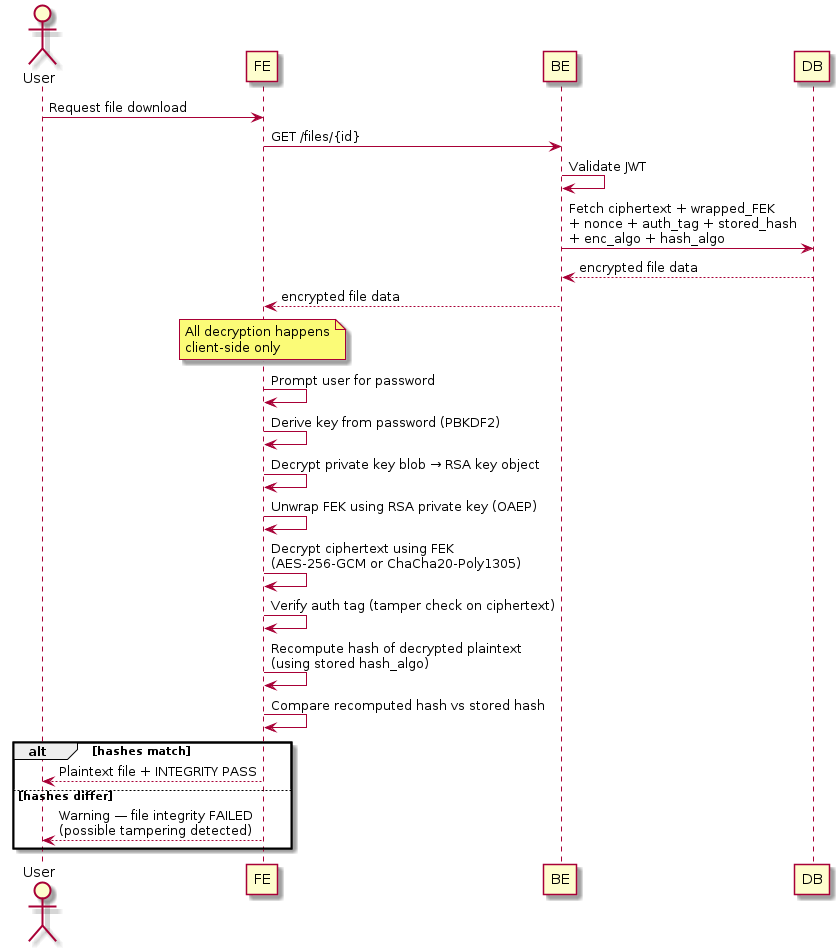
Before: docs/img/us-6-download.png, a diagram exported from PlantUML (codedsami/SOEN-321-Project). Its source is kept beside it as docs/plantuml/us-6-download.puml. Source of this version:
```plantuml
@startuml
actor User
participant FE
participant BE
participant DB

User -> FE : Request file download

FE -> BE : GET /files/{id}
BE -> BE : Validate JWT
BE -> DB : Fetch ciphertext + wrapped_FEK\n+ nonce + auth_tag + stored_hash\n+ enc_algo + hash_algo
DB --> BE : encrypted file data
BE --> FE : encrypted file data

note over FE : All decryption happens\nclient-side only

FE -> FE : Prompt user for password
FE -> FE : Derive key from password (PBKDF2)
FE -> FE : Decrypt private key blob → RSA key object
FE -> FE : Unwrap FEK using RSA private key (OAEP)
FE -> FE : Decrypt ciphertext using FEK\n(AES-256-GCM or ChaCha20-Poly1305)
FE -> FE : Verify auth tag (tamper check on ciphertext)

FE -> FE : Recompute hash of decrypted plaintext\n(using stored hash_algo)
FE -> FE : Compare recomputed hash vs stored hash

alt hashes match
    FE --> User : Plaintext file + INTEGRITY PASS
else hashes differ
    FE --> User : Warning — file integrity FAILED\n(possible tampering detected)
end
@enduml
```
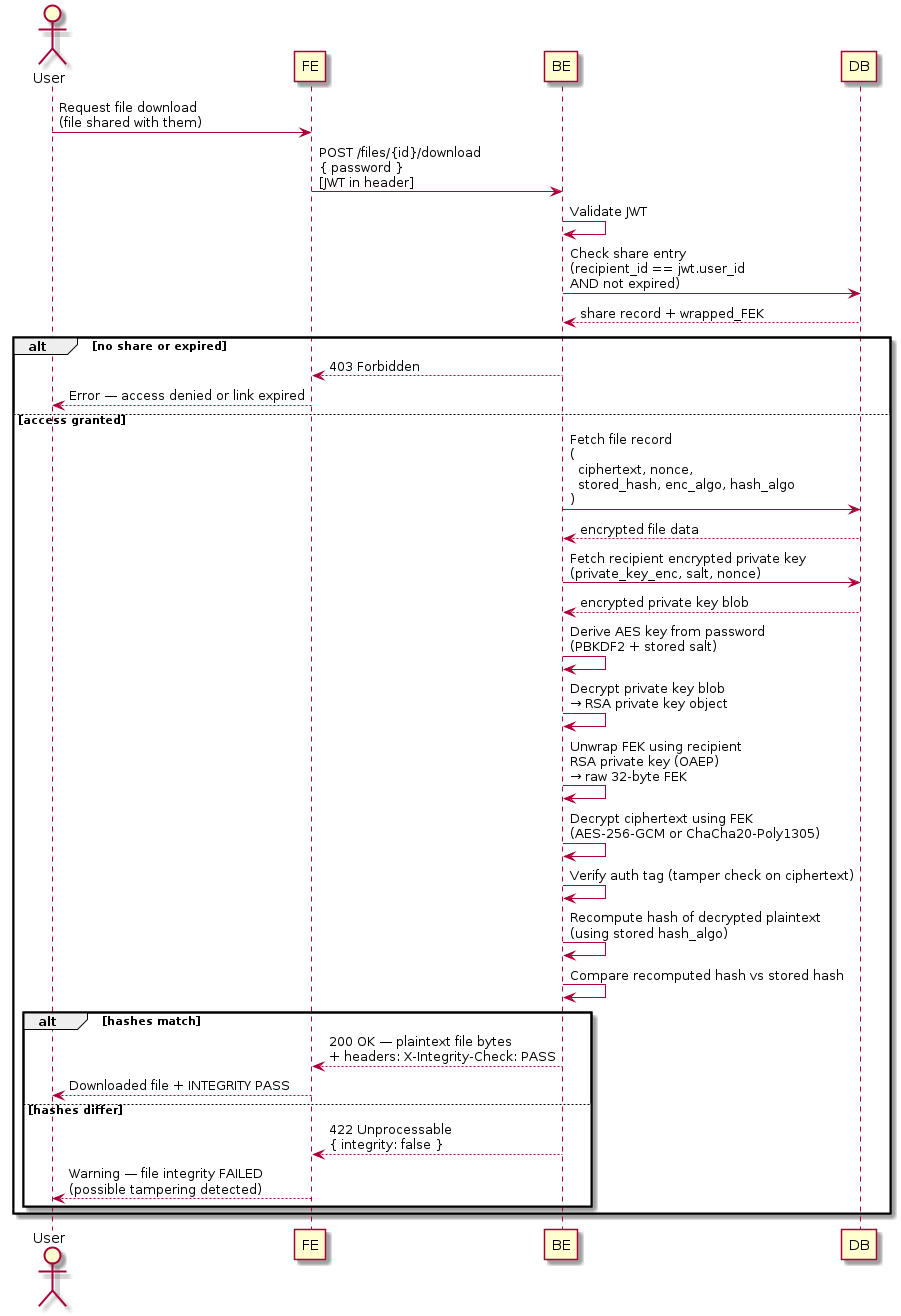
Later version of the same file.

The edit, as a diff of the source:
```diff
@@ -4,29 +4,44 @@
 participant BE
 participant DB
 
-User -> FE : Request file download
+User -> FE : Request file download\n(file shared with them)
 
-FE -> BE : GET /files/{id}
+FE -> BE : POST /files/{id}/download\n{ password }\n[JWT in header]
+
 BE -> BE : Validate JWT
-BE -> DB : Fetch ciphertext + wrapped_FEK\n+ nonce + auth_tag + stored_hash\n+ enc_algo + hash_algo
-DB --> BE : encrypted file data
-BE --> FE : encrypted file data
 
-note over FE : All decryption happens\nclient-side only
+BE -> DB : Check share entry\n(recipient_id == jwt.user_id\nAND not expired)
+DB --> BE : share record + wrapped_FEK
 
-FE -> FE : Prompt user for password
-FE -> FE : Derive key from password (PBKDF2)
-FE -> FE : Decrypt private key blob → RSA key object
-FE -> FE : Unwrap FEK using RSA private key (OAEP)
-FE -> FE : Decrypt ciphertext using FEK\n(AES-256-GCM or ChaCha20-Poly1305)
-FE -> FE : Verify auth tag (tamper check on ciphertext)
+alt no share or expired
+    BE --> FE : 403 Forbidden
+    FE --> User : Error — access denied or link expired
+else access granted
 
-FE -> FE : Recompute hash of decrypted plaintext\n(using stored hash_algo)
-FE -> FE : Compare recomputed hash vs stored hash
+    BE -> DB : Fetch file record\n(\n  ciphertext, nonce,\n  stored_hash, enc_algo, hash_algo\n)
+    DB --> BE : encrypted file data
 
-alt hashes match
-    FE --> User : Plaintext file + INTEGRITY PASS
-else hashes differ
-    FE --> User : Warning — file integrity FAILED\n(possible tampering detected)
+    BE -> DB : Fetch recipient encrypted private key\n(private_key_enc, salt, nonce)
+    DB --> BE : encrypted private key blob
+
+    BE -> BE : Derive AES key from password\n(PBKDF2 + stored salt)
+    BE -> BE : Decrypt private key blob\n→ RSA private key object
+
+    BE -> BE : Unwrap FEK using recipient\nRSA private key (OAEP)\n→ raw 32-byte FEK
+
+    BE -> BE : Decrypt ciphertext using FEK\n(AES-256-GCM or ChaCha20-Poly1305)
+    BE -> BE : Verify auth tag (tamper check on ciphertext)
+
+    BE -> BE : Recompute hash of decrypted plaintext\n(using stored hash_algo)
+    BE -> BE : Compare recomputed hash vs stored hash
+
+    alt hashes match
+        BE --> FE : 200 OK — plaintext file bytes\n+ headers: X-Integrity-Check: PASS
+        FE --> User : Downloaded file + INTEGRITY PASS
+    else hashes differ
+        BE --> FE : 422 Unprocessable\n{ integrity: false }
+        FE --> User : Warning — file integrity FAILED\n(possible tampering detected)
+    end
+
 end
 @enduml
```
